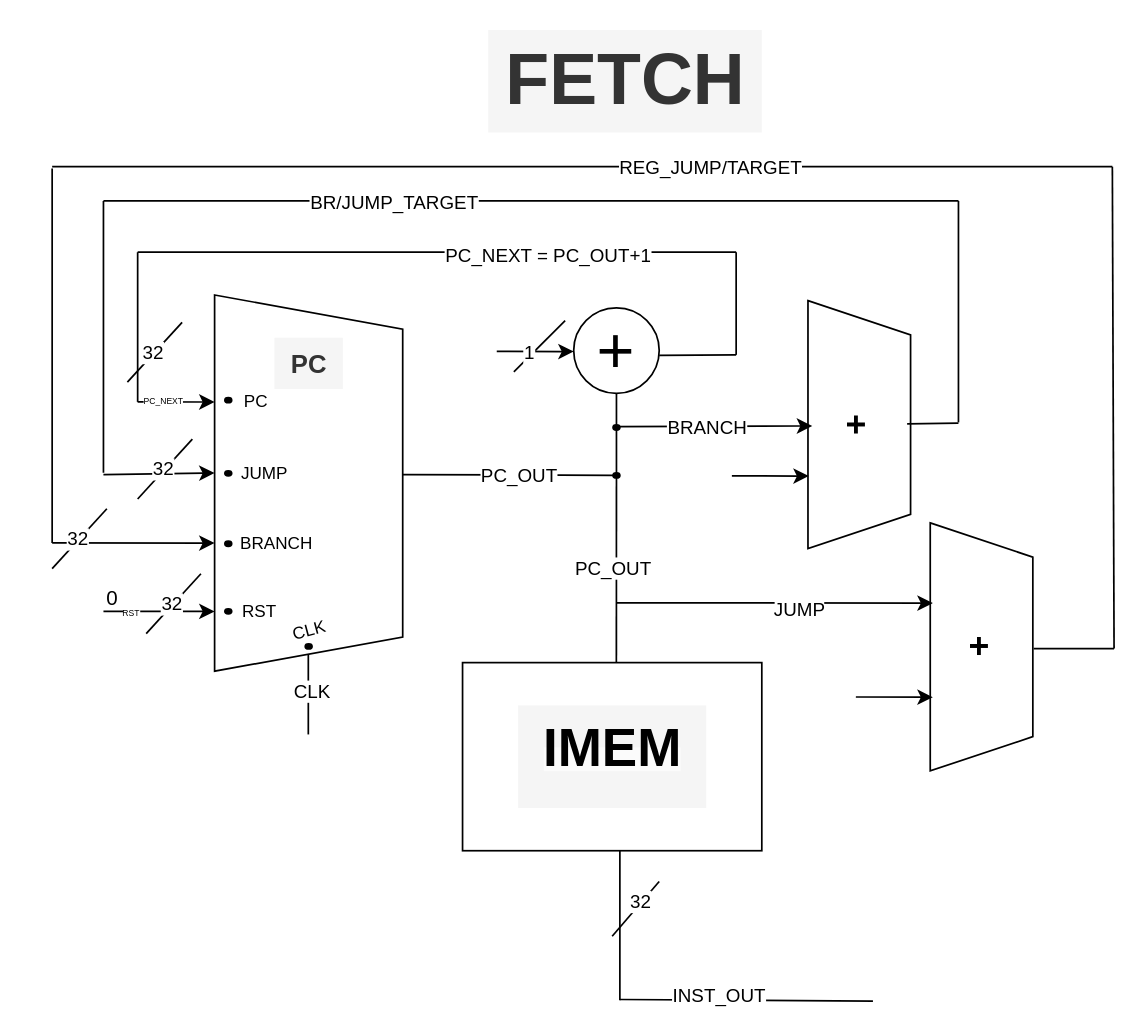
Before: Block_Diagram.drawio in HamraAbrar0/RV32I, a draw.io diagram. Source tidied: cells renumbered, new cells numbered last; positions are measured from the earlier drawing's top-left corner, leaving out a move shared by most shapes. Both pictures are drawn from the tidied source at 171%, with x=0, y=0 at pixel (51, 29).
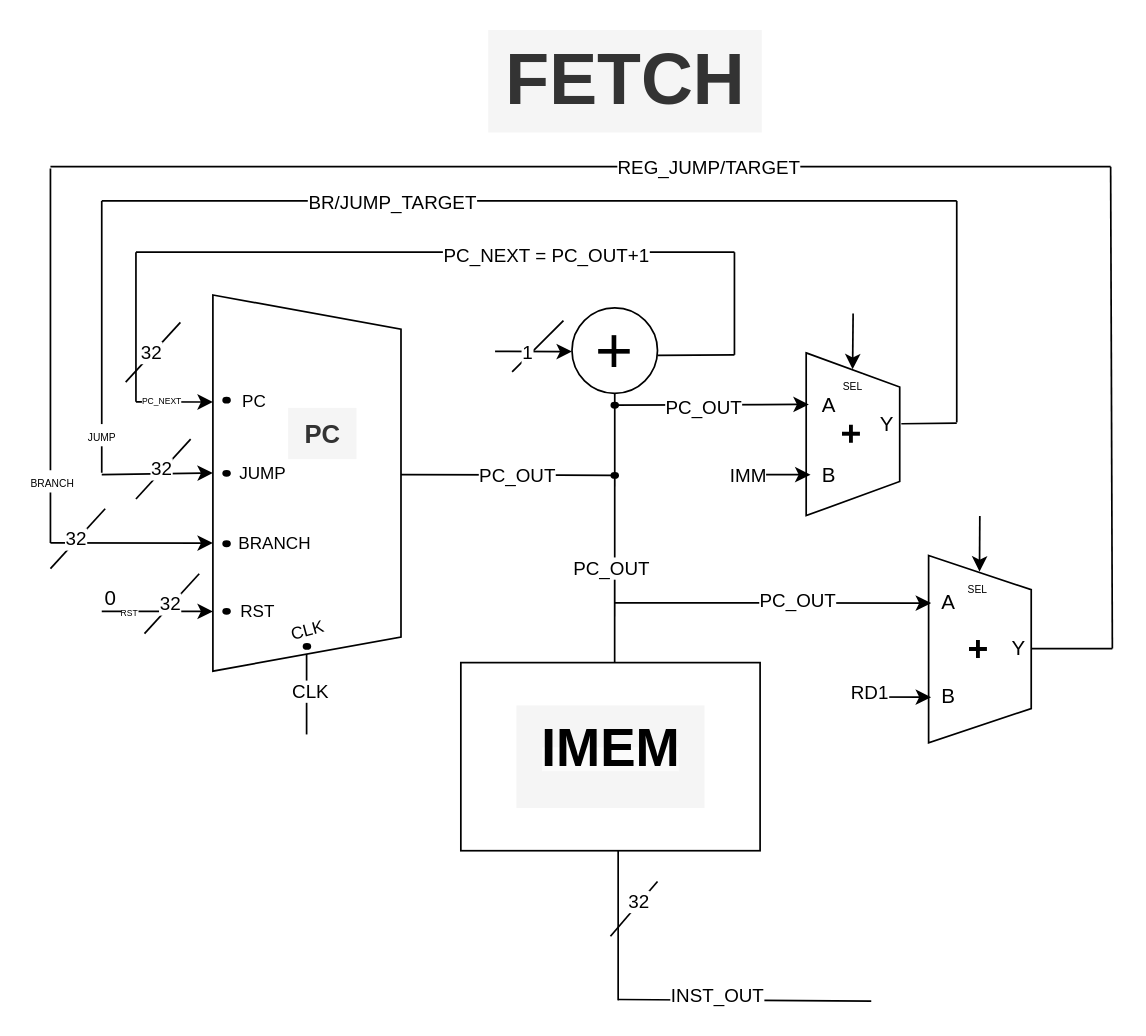
Above is the later version.

The change refers to these unchanged cells:
```xml
<mxCell id="31" style="endArrow=none;html=1;rounded=0;" parent="3" edge="1">
  <mxGeometry relative="1" as="geometry">
    <mxPoint x="30" y="179" as="sourcePoint" />
    <mxPoint x="30" y="20" as="targetPoint" />
  </mxGeometry>
</mxCell>
<mxCell id="39" style="endArrow=classic;html=1;rounded=0;" parent="3" edge="1">
  <mxGeometry relative="1" as="geometry">
    <mxPoint x="330" y="255" as="sourcePoint" />
    <mxPoint x="515" y="255.2" as="targetPoint" />
  </mxGeometry>
</mxCell>
<mxCell id="41" style="endArrow=classic;html=1;rounded=0;" parent="3" edge="1">
  <mxGeometry relative="1" as="geometry">
    <mxPoint x="470" y="310.1" as="sourcePoint" />
    <mxPoint x="515" y="310.2" as="targetPoint" />
  </mxGeometry>
</mxCell>
<mxCell id="46" style="endArrow=none;html=1;rounded=0;" parent="3" edge="1">
  <mxGeometry relative="1" as="geometry">
    <mxPoint y="220" as="sourcePoint" />
    <mxPoint y="1" as="targetPoint" />
  </mxGeometry>
</mxCell>
```

Change to the diagram source:
```diff
@@
     <mxCell id="3" style="group;" parent="1" vertex="1">
-      <mxGeometry y="80" width="621" height="488" as="geometry" />
+      <mxGeometry x="-1" y="80" width="621" height="488" as="geometry" />
     </mxCell>
@@
     <mxCell id="5" value="&lt;b style=&quot;font-size: 15px;&quot;&gt;&lt;font style=&quot;font-size: 15px;&quot;&gt;PC&lt;/font&gt;&lt;/b&gt;" style="text;html=1;align=center;verticalAlign=middle;strokeColor=none;fillColor=#f5f5f5;fontColor=#333333;fontSize=15;" parent="3" vertex="1">
-      <mxGeometry x="130" y="100" width="40" height="30" as="geometry" />
+      <mxGeometry x="139" y="141" width="40" height="30" as="geometry" />
     </mxCell>
@@
     <mxCell id="8" value="&lt;font size=&quot;1&quot; style=&quot;&quot;&gt;&lt;b style=&quot;font-size: 21px;&quot;&gt;+&lt;/b&gt;&lt;/font&gt;" style="shape=trapezoid;perimeter=trapezoidPerimeter;whiteSpace=wrap;html=1;fixedSize=1;rotation=90;" parent="3" vertex="1">
-      <mxGeometry x="399.5" y="120.8" width="145" height="60" as="geometry" />
+      <mxGeometry x="421.7" y="129.1" width="95.2" height="54.7" as="geometry" />
     </mxCell>
     <mxCell id="9" value="&lt;b style=&quot;font-size: 21px;&quot;&gt;+&lt;/b&gt;" style="shape=trapezoid;perimeter=trapezoidPerimeter;whiteSpace=wrap;html=1;fixedSize=1;rotation=90;" parent="3" vertex="1">
-      <mxGeometry x="471" y="250.8" width="145" height="60" as="geometry" />
+      <mxGeometry x="488.8" y="252.1" width="109.5" height="60" as="geometry" />
     </mxCell>
@@
+    <mxCell id="76" value="&lt;font style=&quot;font-size: 6px;&quot;&gt;JUMP&lt;/font&gt;" style="edgeLabel;html=1;align=center;verticalAlign=middle;" parent="31" vertex="1">
+      <mxGeometry x="-0.71" y="1" relative="1" as="geometry" />
+    </mxCell>
@@
-    <mxCell id="35" style="endArrow=none;html=1;rounded=0;" parent="3" edge="1">
+    <mxCell id="35" style="endArrow=none;html=1;rounded=0;exitX=0.435;exitY=0.015;exitDx=0;exitDy=0;exitPerimeter=0;" parent="3" edge="1">
       <mxGeometry relative="1" as="geometry">
-        <mxPoint x="500" y="150.4" as="sourcePoint" />
+        <mxPoint x="497.6" y="150.3" as="sourcePoint" />
         <mxPoint x="530" y="150" as="targetPoint" />
       </mxGeometry>
     </mxCell>
     <mxCell id="36" style="endArrow=classic;html=1;rounded=0;" parent="3" edge="1">
       <mxGeometry relative="1" as="geometry">
-        <mxPoint x="330" y="152" as="sourcePoint" />
-        <mxPoint x="444.5" y="151.6" as="targetPoint" />
+        <mxPoint x="329" y="139.4" as="sourcePoint" />
+        <mxPoint x="443.5" y="139" as="targetPoint" />
       </mxGeometry>
     </mxCell>
-    <mxCell id="37" value="BRANCH" style="edgeLabel;html=1;align=center;verticalAlign=middle;" parent="36" vertex="1">
+    <mxCell id="37" value="PC_OUT" style="edgeLabel;html=1;align=center;verticalAlign=middle;" parent="36" vertex="1">
       <mxGeometry x="0.2" y="-2" relative="1" as="geometry">
         <mxPoint x="-17" y="-1" as="offset" />
       </mxGeometry>
     </mxCell>
     <mxCell id="38" style="endArrow=classic;html=1;rounded=0;" parent="3" edge="1">
       <mxGeometry relative="1" as="geometry">
-        <mxPoint x="397.5" y="180.8" as="sourcePoint" />
-        <mxPoint x="442.5" y="180.9" as="targetPoint" />
+        <mxPoint x="399.5" y="180" as="sourcePoint" />
+        <mxPoint x="444.5" y="180.1" as="targetPoint" />
       </mxGeometry>
     </mxCell>
+    <mxCell id="77" value="IMM" style="edgeLabel;html=1;align=center;verticalAlign=middle;" parent="38" vertex="1">
+      <mxGeometry x="-0.64" relative="1" as="geometry" />
+    </mxCell>
@@
-    <mxCell id="40" value="JUMP" style="edgeLabel;html=1;align=center;verticalAlign=middle;" parent="39" vertex="1">
-      <mxGeometry x="0.16" y="-3" relative="1" as="geometry" />
+    <mxCell id="40" value="PC_OUT" style="edgeLabel;html=1;align=center;verticalAlign=middle;" parent="39" vertex="1">
+      <mxGeometry x="0.16" y="-3" relative="1" as="geometry">
+        <mxPoint y="-5" as="offset" />
+      </mxGeometry>
     </mxCell>
@@
+    <mxCell id="78" value="RD1" style="edgeLabel;html=1;align=center;verticalAlign=middle;" parent="41" vertex="1">
+      <mxGeometry x="-0.66" y="3" relative="1" as="geometry" />
+    </mxCell>
@@
+    <mxCell id="79" value="&lt;font style=&quot;font-size: 6px;&quot;&gt;BRANCH&lt;/font&gt;" style="edgeLabel;html=1;align=center;verticalAlign=middle;" parent="46" vertex="1">
+      <mxGeometry x="-0.69" relative="1" as="geometry">
+        <mxPoint y="-3" as="offset" />
+      </mxGeometry>
+    </mxCell>
@@
     <mxCell id="69" style="ellipse;whiteSpace=wrap;html=1;fillColor=#000000;" parent="3" vertex="1">
-      <mxGeometry x="328" y="151" width="4" height="3" as="geometry" />
+      <mxGeometry x="328" y="138" width="4" height="3" as="geometry" />
     </mxCell>
@@
+    <mxCell id="80" value="A" style="whiteSpace=wrap;html=1;strokeColor=none;" parent="3" vertex="1">
+      <mxGeometry x="450" y="134.5" width="11" height="10" as="geometry" />
+    </mxCell>
+    <mxCell id="81" value="B" style="whiteSpace=wrap;html=1;strokeColor=none;" parent="3" vertex="1">
+      <mxGeometry x="450" y="175.5" width="11" height="10" as="geometry" />
+    </mxCell>
+    <mxCell id="82" value="A" style="whiteSpace=wrap;html=1;strokeColor=none;" parent="3" vertex="1">
+      <mxGeometry x="520" y="250.3" width="11" height="10" as="geometry" />
+    </mxCell>
+    <mxCell id="83" value="B" style="whiteSpace=wrap;html=1;strokeColor=none;" parent="3" vertex="1">
+      <mxGeometry x="520" y="305" width="11" height="10" as="geometry" />
+    </mxCell>
+    <mxCell id="84" style="endArrow=classic;html=1;rounded=0;" parent="3" edge="1">
+      <mxGeometry relative="1" as="geometry">
+        <mxPoint x="469.4" y="85.9" as="sourcePoint" />
+        <mxPoint x="469.1" y="118.5" as="targetPoint" />
+      </mxGeometry>
+    </mxCell>
+    <mxCell id="85" style="endArrow=classic;html=1;rounded=0;" parent="3" edge="1">
+      <mxGeometry relative="1" as="geometry">
+        <mxPoint x="543.5" y="204.2" as="sourcePoint" />
+        <mxPoint x="543.3" y="236.8" as="targetPoint" />
+      </mxGeometry>
+    </mxCell>
+    <mxCell id="86" value="&lt;font style=&quot;font-size: 6px;&quot;&gt;SEL&lt;/font&gt;" style="whiteSpace=wrap;html=1;strokeColor=none;" parent="3" vertex="1">
+      <mxGeometry x="463.9" y="121.5" width="11" height="10" as="geometry" />
+    </mxCell>
+    <mxCell id="87" value="&lt;font style=&quot;font-size: 6px;&quot;&gt;SEL&lt;/font&gt;" style="whiteSpace=wrap;html=1;strokeColor=none;" parent="3" vertex="1">
+      <mxGeometry x="537" y="240.5" width="11" height="10" as="geometry" />
+    </mxCell>
+    <mxCell id="88" value="Y" style="whiteSpace=wrap;html=1;strokeColor=none;" parent="3" vertex="1">
+      <mxGeometry x="483.8" y="145.5" width="11" height="10" as="geometry" />
+    </mxCell>
+    <mxCell id="89" value="Y" style="whiteSpace=wrap;html=1;strokeColor=none;" parent="3" vertex="1">
+      <mxGeometry x="561" y="277" width="11" height="10" as="geometry" />
+    </mxCell>
```
